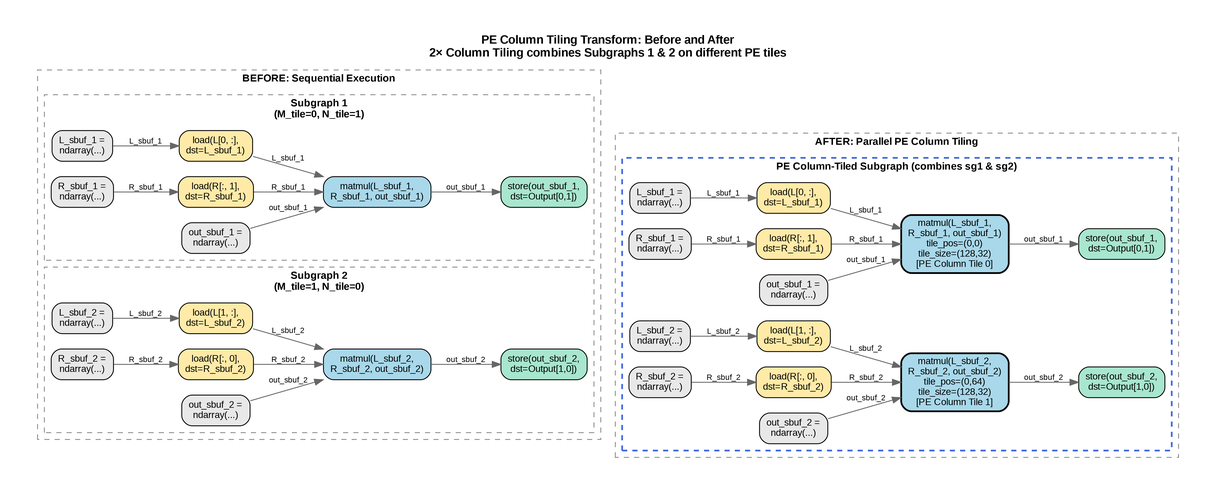
Above: design/figures/matmul_compute_graph_pe_tiling.png in awslabs/nki-autotune (Graphviz), before the change. Its source is kept beside it as design/dot_scripts/matmul_compute_graph_pe_tiling.dot. The source it was exported from:
```dot
digraph MatmulComputeGraphPETiling {
    rankdir=LR;
    bgcolor="white";
    pad=0.5;
    dpi=300;

    node [fontname="Arial", fontsize=11, style="filled,rounded", shape=box];
    edge [fontname="Arial", fontsize=9];

    label="PE Column Tiling Transform: Before and After\n2× Column Tiling combines Subgraphs 1 & 2 on different PE tiles";
    labelloc="t";
    fontsize=14;
    fontname="Arial Bold";

    subgraph cluster_before {
        label="BEFORE: Sequential Execution";
        style="dashed";
        color="#888888";
        fontsize=12;

        subgraph cluster_before_1 {
            label="Subgraph 1\n(M_tile=0, N_tile=1)";

            before_alloc_L_1 [label="L_sbuf_1 =\nndarray(...)", fillcolor="#E8E8E8"];
            before_alloc_R_1 [label="R_sbuf_1 =\nndarray(...)", fillcolor="#E8E8E8"];
            before_alloc_out_1 [label="out_sbuf_1 =\nndarray(...)", fillcolor="#E8E8E8"];
            before_load_L_1 [label="load(L[0, :],\ndst=L_sbuf_1)", fillcolor="#FFEAA7"];
            before_load_R_1 [label="load(R[:, 1],\ndst=R_sbuf_1)", fillcolor="#FFEAA7"];
            before_compute_1 [label="matmul(L_sbuf_1,\nR_sbuf_1, out_sbuf_1)", fillcolor="#A8D8EA"];
            before_store_1 [label="store(out_sbuf_1,\ndst=Output[0,1])", fillcolor="#A8E6CF"];

            before_alloc_L_1 -> before_load_L_1 [label="L_sbuf_1", color="#666666"];
            before_alloc_R_1 -> before_load_R_1 [label="R_sbuf_1", color="#666666"];
            before_alloc_out_1 -> before_compute_1 [label="out_sbuf_1", color="#666666"];
            before_load_L_1 -> before_compute_1 [label="L_sbuf_1", color="#666666"];
            before_load_R_1 -> before_compute_1 [label="R_sbuf_1", color="#666666"];
            before_compute_1 -> before_store_1 [label="out_sbuf_1", color="#666666"];
        }

        subgraph cluster_before_2 {
            label="Subgraph 2\n(M_tile=1, N_tile=0)";

            before_alloc_L_2 [label="L_sbuf_2 =\nndarray(...)", fillcolor="#E8E8E8"];
            before_alloc_R_2 [label="R_sbuf_2 =\nndarray(...)", fillcolor="#E8E8E8"];
            before_alloc_out_2 [label="out_sbuf_2 =\nndarray(...)", fillcolor="#E8E8E8"];
            before_load_L_2 [label="load(L[1, :],\ndst=L_sbuf_2)", fillcolor="#FFEAA7"];
            before_load_R_2 [label="load(R[:, 0],\ndst=R_sbuf_2)", fillcolor="#FFEAA7"];
            before_compute_2 [label="matmul(L_sbuf_2,\nR_sbuf_2, out_sbuf_2)", fillcolor="#A8D8EA"];
            before_store_2 [label="store(out_sbuf_2,\ndst=Output[1,0])", fillcolor="#A8E6CF"];

            before_alloc_L_2 -> before_load_L_2 [label="L_sbuf_2", color="#666666"];
            before_alloc_R_2 -> before_load_R_2 [label="R_sbuf_2", color="#666666"];
            before_alloc_out_2 -> before_compute_2 [label="out_sbuf_2", color="#666666"];
            before_load_L_2 -> before_compute_2 [label="L_sbuf_2", color="#666666"];
            before_load_R_2 -> before_compute_2 [label="R_sbuf_2", color="#666666"];
            before_compute_2 -> before_store_2 [label="out_sbuf_2", color="#666666"];
        }
    }

    subgraph cluster_after {
        label="AFTER: Parallel PE Column Tiling";
        style="dashed";
        color="#888888";
        fontsize=12;

        subgraph cluster_merged_12 {
            label="PE Column-Tiled Subgraph (combines sg1 & sg2)";
            penwidth=2;
            color="#4169E1";

            alloc_L_1 [label="L_sbuf_1 =\nndarray(...)", fillcolor="#E8E8E8"];
            alloc_R_1 [label="R_sbuf_1 =\nndarray(...)", fillcolor="#E8E8E8"];
            alloc_out_1 [label="out_sbuf_1 =\nndarray(...)", fillcolor="#E8E8E8"];
            alloc_L_2 [label="L_sbuf_2 =\nndarray(...)", fillcolor="#E8E8E8"];
            alloc_R_2 [label="R_sbuf_2 =\nndarray(...)", fillcolor="#E8E8E8"];
            alloc_out_2 [label="out_sbuf_2 =\nndarray(...)", fillcolor="#E8E8E8"];

            load_L_1 [label="load(L[0, :],\ndst=L_sbuf_1)", fillcolor="#FFEAA7"];
            load_R_1 [label="load(R[:, 1],\ndst=R_sbuf_1)", fillcolor="#FFEAA7"];
            compute_1 [label="matmul(L_sbuf_1,\nR_sbuf_1, out_sbuf_1)\ntile_pos=(0,0)\ntile_size=(128,32)\n[PE Column Tile 0]", fillcolor="#A8D8EA", penwidth=2];
            store_1 [label="store(out_sbuf_1,\ndst=Output[0,1])", fillcolor="#A8E6CF"];

            load_L_2 [label="load(L[1, :],\ndst=L_sbuf_2)", fillcolor="#FFEAA7"];
            load_R_2 [label="load(R[:, 0],\ndst=R_sbuf_2)", fillcolor="#FFEAA7"];
            compute_2 [label="matmul(L_sbuf_2,\nR_sbuf_2, out_sbuf_2)\ntile_pos=(0,64)\ntile_size=(128,32)\n[PE Column Tile 1]", fillcolor="#A8D8EA", penwidth=2];
            store_2 [label="store(out_sbuf_2,\ndst=Output[1,0])", fillcolor="#A8E6CF"];

            alloc_L_1 -> load_L_1 [label="L_sbuf_1", color="#666666"];
            alloc_R_1 -> load_R_1 [label="R_sbuf_1", color="#666666"];
            alloc_out_1 -> compute_1 [label="out_sbuf_1", color="#666666"];
            alloc_L_2 -> load_L_2 [label="L_sbuf_2", color="#666666"];
            alloc_R_2 -> load_R_2 [label="R_sbuf_2", color="#666666"];
            alloc_out_2 -> compute_2 [label="out_sbuf_2", color="#666666"];

            load_L_1 -> compute_1 [label="L_sbuf_1", color="#666666"];
            load_R_1 -> compute_1 [label="R_sbuf_1", color="#666666"];
            compute_1 -> store_1 [label="out_sbuf_1", color="#666666"];

            load_L_2 -> compute_2 [label="L_sbuf_2", color="#666666"];
            load_R_2 -> compute_2 [label="R_sbuf_2", color="#666666"];
            compute_2 -> store_2 [label="out_sbuf_2", color="#666666"];
        }
    }

    before_store_1 -> alloc_L_1 [style="invis", weight=0];
    before_store_2 -> alloc_L_1 [style="invis", weight=0];

}
```
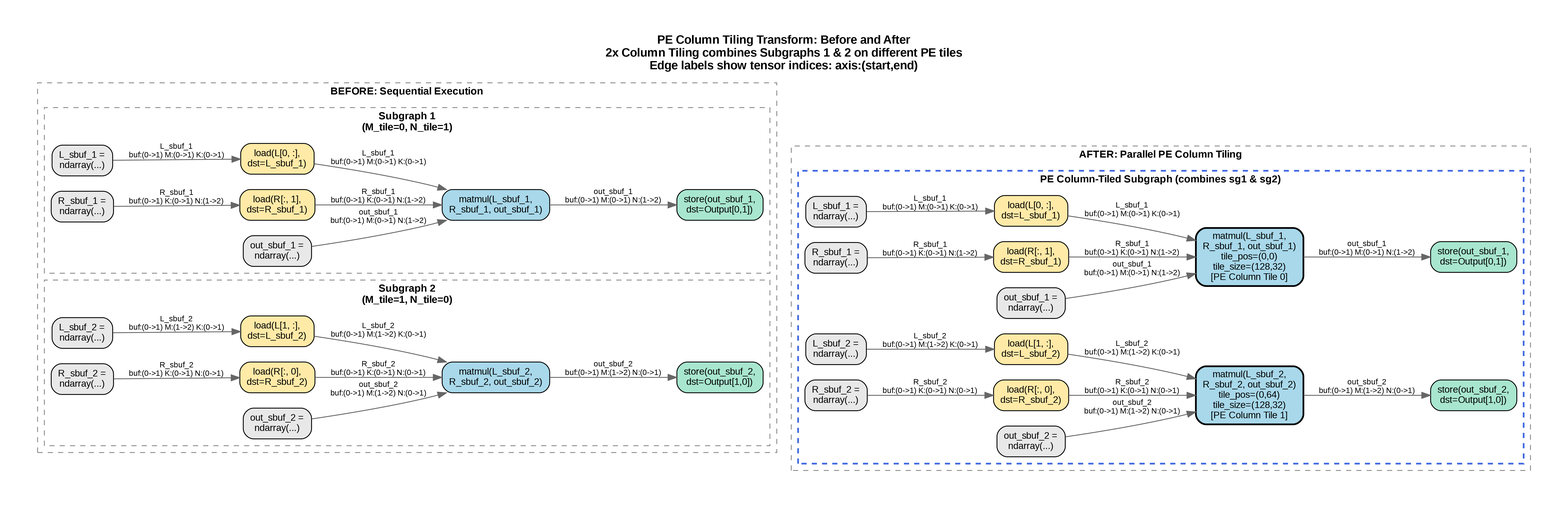
After the change.

What changed in the source:
```diff
@@ -7,7 +7,7 @@
     node [fontname="Arial", fontsize=11, style="filled,rounded", shape=box];
     edge [fontname="Arial", fontsize=9];
 
-    label="PE Column Tiling Transform: Before and After\n2× Column Tiling combines Subgraphs 1 & 2 on different PE tiles";
+    label="PE Column Tiling Transform: Before and After\n2x Column Tiling combines Subgraphs 1 & 2 on different PE tiles\nEdge labels show tensor indices: axis:(start,end)";
     labelloc="t";
     fontsize=14;
     fontname="Arial Bold";
@@ -29,12 +29,12 @@
             before_compute_1 [label="matmul(L_sbuf_1,\nR_sbuf_1, out_sbuf_1)", fillcolor="#A8D8EA"];
             before_store_1 [label="store(out_sbuf_1,\ndst=Output[0,1])", fillcolor="#A8E6CF"];
 
-            before_alloc_L_1 -> before_load_L_1 [label="L_sbuf_1", color="#666666"];
-            before_alloc_R_1 -> before_load_R_1 [label="R_sbuf_1", color="#666666"];
-            before_alloc_out_1 -> before_compute_1 [label="out_sbuf_1", color="#666666"];
-            before_load_L_1 -> before_compute_1 [label="L_sbuf_1", color="#666666"];
-            before_load_R_1 -> before_compute_1 [label="R_sbuf_1", color="#666666"];
-            before_compute_1 -> before_store_1 [label="out_sbuf_1", color="#666666"];
+            before_alloc_L_1 -> before_load_L_1 [label="L_sbuf_1\nbuf:(0->1) M:(0->1) K:(0->1)", color="#666666"];
+            before_alloc_R_1 -> before_load_R_1 [label="R_sbuf_1\nbuf:(0->1) K:(0->1) N:(1->2)", color="#666666"];
+            before_alloc_out_1 -> before_compute_1 [label="out_sbuf_1\nbuf:(0->1) M:(0->1) N:(1->2)", color="#666666"];
+            before_load_L_1 -> before_compute_1 [label="L_sbuf_1\nbuf:(0->1) M:(0->1) K:(0->1)", color="#666666"];
+            before_load_R_1 -> before_compute_1 [label="R_sbuf_1\nbuf:(0->1) K:(0->1) N:(1->2)", color="#666666"];
+            before_compute_1 -> before_store_1 [label="out_sbuf_1\nbuf:(0->1) M:(0->1) N:(1->2)", color="#666666"];
         }
 
         subgraph cluster_before_2 {
@@ -48,12 +48,12 @@
             before_compute_2 [label="matmul(L_sbuf_2,\nR_sbuf_2, out_sbuf_2)", fillcolor="#A8D8EA"];
             before_store_2 [label="store(out_sbuf_2,\ndst=Output[1,0])", fillcolor="#A8E6CF"];
 
-            before_alloc_L_2 -> before_load_L_2 [label="L_sbuf_2", color="#666666"];
-            before_alloc_R_2 -> before_load_R_2 [label="R_sbuf_2", color="#666666"];
-            before_alloc_out_2 -> before_compute_2 [label="out_sbuf_2", color="#666666"];
-            before_load_L_2 -> before_compute_2 [label="L_sbuf_2", color="#666666"];
-            before_load_R_2 -> before_compute_2 [label="R_sbuf_2", color="#666666"];
-            before_compute_2 -> before_store_2 [label="out_sbuf_2", color="#666666"];
+            before_alloc_L_2 -> before_load_L_2 [label="L_sbuf_2\nbuf:(0->1) M:(1->2) K:(0->1)", color="#666666"];
+            before_alloc_R_2 -> before_load_R_2 [label="R_sbuf_2\nbuf:(0->1) K:(0->1) N:(0->1)", color="#666666"];
+            before_alloc_out_2 -> before_compute_2 [label="out_sbuf_2\nbuf:(0->1) M:(1->2) N:(0->1)", color="#666666"];
+            before_load_L_2 -> before_compute_2 [label="L_sbuf_2\nbuf:(0->1) M:(1->2) K:(0->1)", color="#666666"];
+            before_load_R_2 -> before_compute_2 [label="R_sbuf_2\nbuf:(0->1) K:(0->1) N:(0->1)", color="#666666"];
+            before_compute_2 -> before_store_2 [label="out_sbuf_2\nbuf:(0->1) M:(1->2) N:(0->1)", color="#666666"];
         }
     }
 
@@ -85,20 +85,20 @@
             compute_2 [label="matmul(L_sbuf_2,\nR_sbuf_2, out_sbuf_2)\ntile_pos=(0,64)\ntile_size=(128,32)\n[PE Column Tile 1]", fillcolor="#A8D8EA", penwidth=2];
             store_2 [label="store(out_sbuf_2,\ndst=Output[1,0])", fillcolor="#A8E6CF"];
 
-            alloc_L_1 -> load_L_1 [label="L_sbuf_1", color="#666666"];
-            alloc_R_1 -> load_R_1 [label="R_sbuf_1", color="#666666"];
-            alloc_out_1 -> compute_1 [label="out_sbuf_1", color="#666666"];
-            alloc_L_2 -> load_L_2 [label="L_sbuf_2", color="#666666"];
-            alloc_R_2 -> load_R_2 [label="R_sbuf_2", color="#666666"];
-            alloc_out_2 -> compute_2 [label="out_sbuf_2", color="#666666"];
+            alloc_L_1 -> load_L_1 [label="L_sbuf_1\nbuf:(0->1) M:(0->1) K:(0->1)", color="#666666"];
+            alloc_R_1 -> load_R_1 [label="R_sbuf_1\nbuf:(0->1) K:(0->1) N:(1->2)", color="#666666"];
+            alloc_out_1 -> compute_1 [label="out_sbuf_1\nbuf:(0->1) M:(0->1) N:(1->2)", color="#666666"];
+            alloc_L_2 -> load_L_2 [label="L_sbuf_2\nbuf:(0->1) M:(1->2) K:(0->1)", color="#666666"];
+            alloc_R_2 -> load_R_2 [label="R_sbuf_2\nbuf:(0->1) K:(0->1) N:(0->1)", color="#666666"];
+            alloc_out_2 -> compute_2 [label="out_sbuf_2\nbuf:(0->1) M:(1->2) N:(0->1)", color="#666666"];
 
-            load_L_1 -> compute_1 [label="L_sbuf_1", color="#666666"];
-            load_R_1 -> compute_1 [label="R_sbuf_1", color="#666666"];
-            compute_1 -> store_1 [label="out_sbuf_1", color="#666666"];
+            load_L_1 -> compute_1 [label="L_sbuf_1\nbuf:(0->1) M:(0->1) K:(0->1)", color="#666666"];
+            load_R_1 -> compute_1 [label="R_sbuf_1\nbuf:(0->1) K:(0->1) N:(1->2)", color="#666666"];
+            compute_1 -> store_1 [label="out_sbuf_1\nbuf:(0->1) M:(0->1) N:(1->2)", color="#666666"];
 
-            load_L_2 -> compute_2 [label="L_sbuf_2", color="#666666"];
-            load_R_2 -> compute_2 [label="R_sbuf_2", color="#666666"];
-            compute_2 -> store_2 [label="out_sbuf_2", color="#666666"];
+            load_L_2 -> compute_2 [label="L_sbuf_2\nbuf:(0->1) M:(1->2) K:(0->1)", color="#666666"];
+            load_R_2 -> compute_2 [label="R_sbuf_2\nbuf:(0->1) K:(0->1) N:(0->1)", color="#666666"];
+            compute_2 -> store_2 [label="out_sbuf_2\nbuf:(0->1) M:(1->2) N:(0->1)", color="#666666"];
         }
     }
 
```
